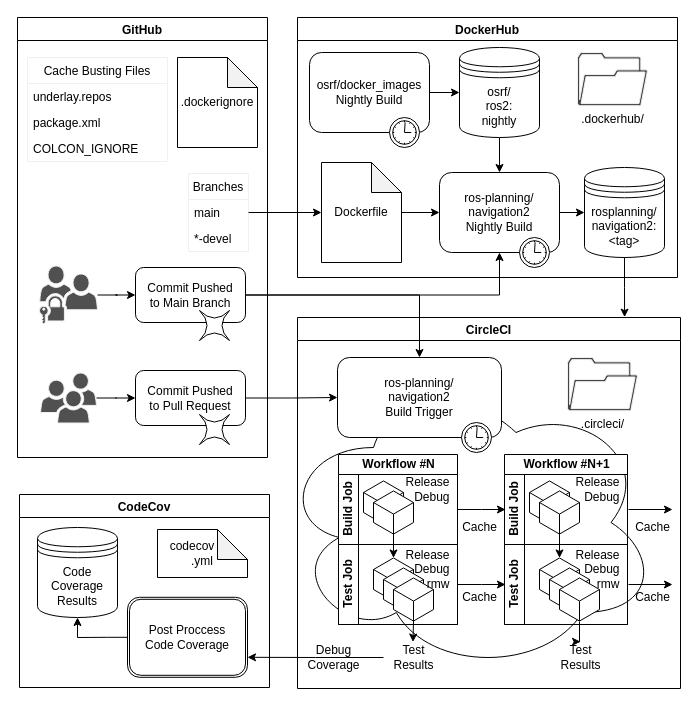
Above: doc/continuous_integration/figs/pipeline.drawio in ros-navigation/navigation2 (draw.io), before the change. Source tidied: cells renumbered, new cells numbered last; positions are measured from the earlier drawing's top-left corner, leaving out a move shared by most shapes. Both pictures are drawn from the tidied source at 100%, with x=0, y=0 at pixel (17, 17).
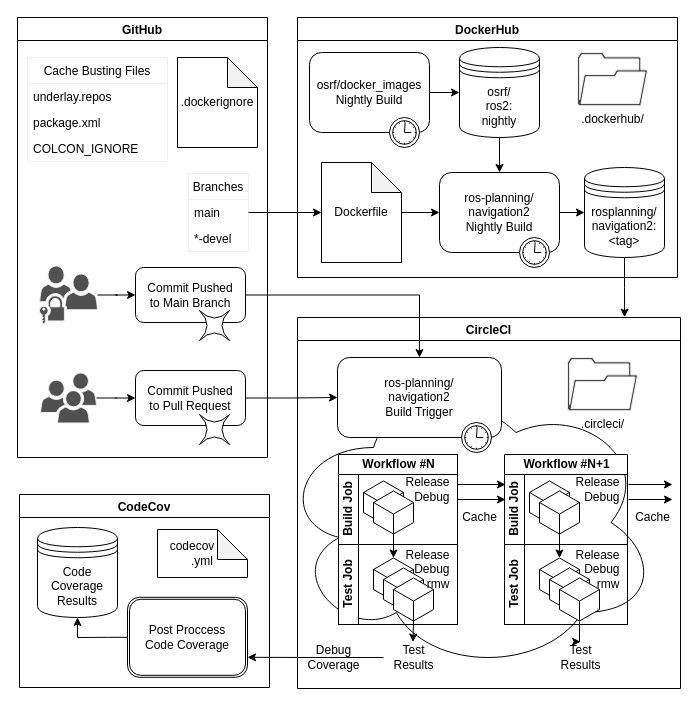
The same page after the edit.

Commit message (it also covers changes not shown here):
Update figure now that `Autobuild` is disabled for the build rules on Dockerhub

The caches for release and debug jobs in the same workflow don't collide thanks to the different prefix in the cache key names.
Add two arrows to make that separation more apparent.

Also, correct the fact that test jobs don't reuse caches from prior test jobs, only from build jobs in the same workflow.

Unchanged cells that the change refers to:
```xml
<mxCell id="14" value="ros-planning/&lt;br&gt;navigation2&lt;br&gt;Nightly Build" style="html=1;whiteSpace=wrap;rounded=1;" parent="3" vertex="1">
  <mxGeometry x="142" y="155" width="120" height="80" as="geometry" />
</mxCell>
<mxCell id="28" value="Commit Pushed&lt;br&gt;to Main Branch" style="html=1;whiteSpace=wrap;rounded=1;" parent="27" vertex="1">
  <mxGeometry width="110" height="55" as="geometry" />
</mxCell>
<mxCell id="35" value="CircleCI" style="swimlane;" parent="1" vertex="1">
  <mxGeometry x="280" y="300" width="383" height="371" as="geometry" />
</mxCell>
<mxCell id="37" value="Build Job" style="swimlane;html=1;startSize=20;horizontal=0;" parent="36" vertex="1">
  <mxGeometry y="20" width="119" height="70" as="geometry" />
</mxCell>
<mxCell id="41" value="Test Job" style="swimlane;html=1;startSize=20;horizontal=0;" parent="36" vertex="1">
  <mxGeometry y="90" width="119" height="80" as="geometry" />
</mxCell>
```

The edit, as a diff of the source:
```diff
@@
-    <mxCell id="49" style="edgeStyle=orthogonalEdgeStyle;rounded=0;jettySize=auto;html=1;entryX=0;entryY=0.5;entryDx=0;entryDy=0;" parent="35" edge="1" source="37">
+    <mxCell id="49" style="edgeStyle=orthogonalEdgeStyle;rounded=0;orthogonalLoop=1;jettySize=auto;html=1;entryX=0;entryY=0.5;entryDx=0;entryDy=0;" parent="35" edge="1">
       <mxGeometry relative="1" as="geometry">
-        <mxPoint x="208" y="192" as="targetPoint" />
+        <mxPoint x="160" y="182" as="sourcePoint" />
+        <mxPoint x="208" y="182" as="targetPoint" />
       </mxGeometry>
     </mxCell>
-    <mxCell id="50" value="Cache" style="text;html=1;align=center;verticalAlign=middle;" parent="35" vertex="1">
-      <mxGeometry x="157" y="270" width="50" height="20" as="geometry" />
-    </mxCell>
-    <mxCell id="51" style="edgeStyle=orthogonalEdgeStyle;rounded=0;jettySize=auto;html=1;entryX=0;entryY=0.5;entryDx=0;entryDy=0;" parent="35" edge="1" source="41">
-      <mxGeometry relative="1" as="geometry">
-        <mxPoint x="208" y="267" as="targetPoint" />
-      </mxGeometry>
-    </mxCell>
     <mxCell id="52" value="Cache" style="text;html=1;align=center;verticalAlign=middle;" parent="35" vertex="1">
-      <mxGeometry x="157" y="200" width="50" height="20" as="geometry" />
+      <mxGeometry x="157" y="190" width="50" height="20" as="geometry" />
     </mxCell>
     <mxCell id="53" style="edgeStyle=orthogonalEdgeStyle;rounded=0;orthogonalLoop=1;jettySize=auto;html=1;entryX=0;entryY=0.5;entryDx=0;entryDy=0;" parent="35" edge="1">
       <mxGeometry relative="1" as="geometry">
-        <mxPoint x="331" y="192" as="sourcePoint" />
-        <mxPoint x="375" y="192" as="targetPoint" />
+        <mxPoint x="331" y="182" as="sourcePoint" />
+        <mxPoint x="375" y="182" as="targetPoint" />
       </mxGeometry>
     </mxCell>
-    <mxCell id="54" value="Cache" style="text;html=1;align=center;verticalAlign=middle;" parent="35" vertex="1">
-      <mxGeometry x="330" y="270" width="50" height="20" as="geometry" />
-    </mxCell>
-    <mxCell id="55" style="edgeStyle=orthogonalEdgeStyle;rounded=0;orthogonalLoop=1;jettySize=auto;html=1;entryX=0;entryY=0.5;entryDx=0;entryDy=0;" parent="35" edge="1">
-      <mxGeometry relative="1" as="geometry">
-        <mxPoint x="331" y="267" as="sourcePoint" />
-        <mxPoint x="375" y="267" as="targetPoint" />
-      </mxGeometry>
-    </mxCell>
     <mxCell id="56" value="Cache" style="text;html=1;align=center;verticalAlign=middle;" parent="35" vertex="1">
-      <mxGeometry x="330" y="200" width="50" height="20" as="geometry" />
+      <mxGeometry x="330" y="190" width="50" height="20" as="geometry" />
     </mxCell>
@@
-    <mxCell id="79" style="edgeStyle=orthogonalEdgeStyle;rounded=0;jettySize=auto;html=1;entryX=0.5;entryY=1;entryDx=0;entryDy=0;" parent="1" edge="1" source="28" target="14">
-      <mxGeometry relative="1" as="geometry" />
-    </mxCell>
@@
+    <mxCell id="85" style="edgeStyle=orthogonalEdgeStyle;rounded=0;orthogonalLoop=1;jettySize=auto;html=1;entryX=0;entryY=0.5;entryDx=0;entryDy=0;" parent="1" edge="1">
+      <mxGeometry relative="1" as="geometry">
+        <mxPoint x="611" y="467" as="sourcePoint" />
+        <mxPoint x="655" y="467" as="targetPoint" />
+      </mxGeometry>
+    </mxCell>
+    <mxCell id="86" style="edgeStyle=orthogonalEdgeStyle;rounded=0;orthogonalLoop=1;jettySize=auto;html=1;entryX=0;entryY=0.5;entryDx=0;entryDy=0;" parent="1" edge="1">
+      <mxGeometry relative="1" as="geometry">
+        <mxPoint x="440" y="467" as="sourcePoint" />
+        <mxPoint x="488" y="467" as="targetPoint" />
+      </mxGeometry>
+    </mxCell>
```
